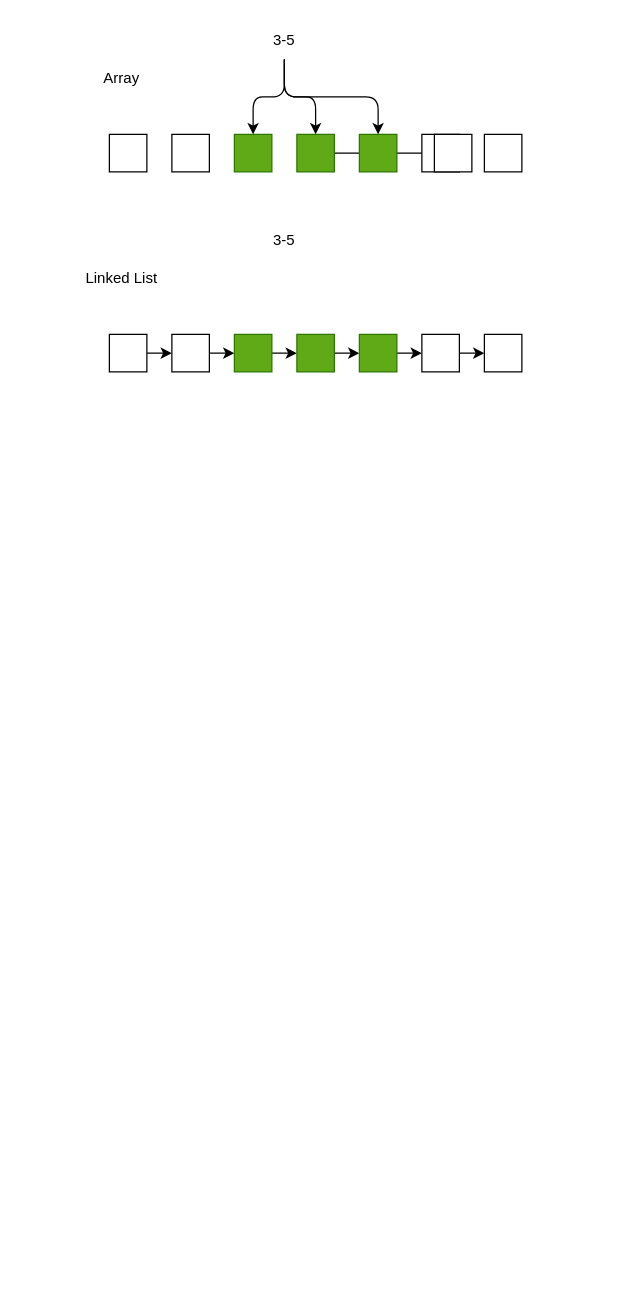
Before: idea.drawio in CaptzDevs/terminalATM, a draw.io diagram. Source tidied: cells renumbered, new cells numbered last; positions are measured from the earlier drawing's top-left corner, leaving out a move shared by most shapes. Both pictures are drawn from the tidied source at 125%, with x=0, y=0 at pixel (84, 21).
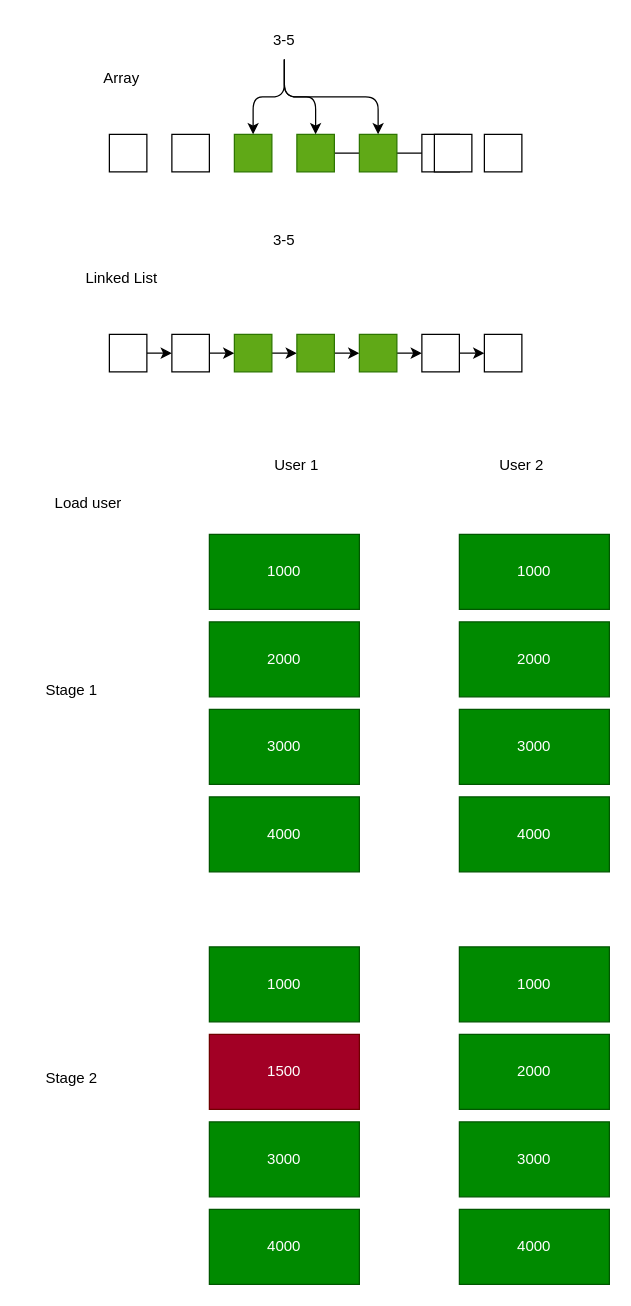
The same diagram, later.

The edit, as a diff of the source:
```diff
@@
+    <mxCell id="31" value="1000" style="whiteSpace=wrap;html=1;fillColor=#008a00;fontColor=#ffffff;strokeColor=#005700;" parent="1" vertex="1">
+      <mxGeometry x="100" y="410" width="120" height="60" as="geometry" />
+    </mxCell>
+    <mxCell id="32" value="2000" style="whiteSpace=wrap;html=1;fillColor=#008a00;fontColor=#ffffff;strokeColor=#005700;" parent="1" vertex="1">
+      <mxGeometry x="100" y="480" width="120" height="60" as="geometry" />
+    </mxCell>
+    <mxCell id="33" value="4000" style="whiteSpace=wrap;html=1;fillColor=#008a00;fontColor=#ffffff;strokeColor=#005700;" parent="1" vertex="1">
+      <mxGeometry x="100" y="620" width="120" height="60" as="geometry" />
+    </mxCell>
+    <mxCell id="34" value="3000" style="whiteSpace=wrap;html=1;fillColor=#008a00;fontColor=#ffffff;strokeColor=#005700;" parent="1" vertex="1">
+      <mxGeometry x="100" y="550" width="120" height="60" as="geometry" />
+    </mxCell>
+    <mxCell id="35" value="User 1" style="text;strokeColor=none;align=center;fillColor=none;html=1;verticalAlign=middle;whiteSpace=wrap;rounded=0;" parent="1" vertex="1">
+      <mxGeometry x="140" y="340" width="60" height="30" as="geometry" />
+    </mxCell>
+    <mxCell id="36" value="User 2" style="text;strokeColor=none;align=center;fillColor=none;html=1;verticalAlign=middle;whiteSpace=wrap;rounded=0;" parent="1" vertex="1">
+      <mxGeometry x="320" y="340" width="60" height="30" as="geometry" />
+    </mxCell>
+    <mxCell id="37" value="1000" style="whiteSpace=wrap;html=1;fillColor=#008a00;fontColor=#ffffff;strokeColor=#005700;" parent="1" vertex="1">
+      <mxGeometry x="300" y="410" width="120" height="60" as="geometry" />
+    </mxCell>
+    <mxCell id="38" value="2000" style="whiteSpace=wrap;html=1;fillColor=#008a00;fontColor=#ffffff;strokeColor=#005700;" parent="1" vertex="1">
+      <mxGeometry x="300" y="480" width="120" height="60" as="geometry" />
+    </mxCell>
+    <mxCell id="39" value="4000" style="whiteSpace=wrap;html=1;fillColor=#008a00;fontColor=#ffffff;strokeColor=#005700;" parent="1" vertex="1">
+      <mxGeometry x="300" y="620" width="120" height="60" as="geometry" />
+    </mxCell>
+    <mxCell id="40" value="3000" style="whiteSpace=wrap;html=1;fillColor=#008a00;fontColor=#ffffff;strokeColor=#005700;" parent="1" vertex="1">
+      <mxGeometry x="300" y="550" width="120" height="60" as="geometry" />
+    </mxCell>
+    <mxCell id="41" value="Load user&amp;nbsp;" style="text;strokeColor=none;align=center;fillColor=none;html=1;verticalAlign=middle;whiteSpace=wrap;rounded=0;" parent="1" vertex="1">
+      <mxGeometry x="-50" y="370" width="110" height="30" as="geometry" />
+    </mxCell>
+    <mxCell id="42" value="Stage 1" style="text;strokeColor=none;align=center;fillColor=none;html=1;verticalAlign=middle;whiteSpace=wrap;rounded=0;" parent="1" vertex="1">
+      <mxGeometry x="-40" y="520" width="60" height="30" as="geometry" />
+    </mxCell>
+    <mxCell id="43" value="Stage 2" style="text;strokeColor=none;align=center;fillColor=none;html=1;verticalAlign=middle;whiteSpace=wrap;rounded=0;" parent="1" vertex="1">
+      <mxGeometry x="-40" y="830" width="60" height="30" as="geometry" />
+    </mxCell>
+    <mxCell id="44" value="1000" style="whiteSpace=wrap;html=1;fillColor=#008a00;fontColor=#ffffff;strokeColor=#005700;" parent="1" vertex="1">
+      <mxGeometry x="100" y="740" width="120" height="60" as="geometry" />
+    </mxCell>
+    <mxCell id="45" value="1500" style="whiteSpace=wrap;html=1;fillColor=#a20025;fontColor=#ffffff;strokeColor=#6F0000;" parent="1" vertex="1">
+      <mxGeometry x="100" y="810" width="120" height="60" as="geometry" />
+    </mxCell>
+    <mxCell id="46" value="4000" style="whiteSpace=wrap;html=1;fillColor=#008a00;fontColor=#ffffff;strokeColor=#005700;" parent="1" vertex="1">
+      <mxGeometry x="100" y="950" width="120" height="60" as="geometry" />
+    </mxCell>
+    <mxCell id="47" value="3000" style="whiteSpace=wrap;html=1;fillColor=#008a00;fontColor=#ffffff;strokeColor=#005700;" parent="1" vertex="1">
+      <mxGeometry x="100" y="880" width="120" height="60" as="geometry" />
+    </mxCell>
+    <mxCell id="48" value="1000" style="whiteSpace=wrap;html=1;fillColor=#008a00;fontColor=#ffffff;strokeColor=#005700;" parent="1" vertex="1">
+      <mxGeometry x="300" y="740" width="120" height="60" as="geometry" />
+    </mxCell>
+    <mxCell id="49" value="2000" style="whiteSpace=wrap;html=1;fillColor=#008a00;fontColor=#ffffff;strokeColor=#005700;" parent="1" vertex="1">
+      <mxGeometry x="300" y="810" width="120" height="60" as="geometry" />
+    </mxCell>
+    <mxCell id="50" value="4000" style="whiteSpace=wrap;html=1;fillColor=#008a00;fontColor=#ffffff;strokeColor=#005700;" parent="1" vertex="1">
+      <mxGeometry x="300" y="950" width="120" height="60" as="geometry" />
+    </mxCell>
+    <mxCell id="51" value="3000" style="whiteSpace=wrap;html=1;fillColor=#008a00;fontColor=#ffffff;strokeColor=#005700;" parent="1" vertex="1">
+      <mxGeometry x="300" y="880" width="120" height="60" as="geometry" />
+    </mxCell>
```
